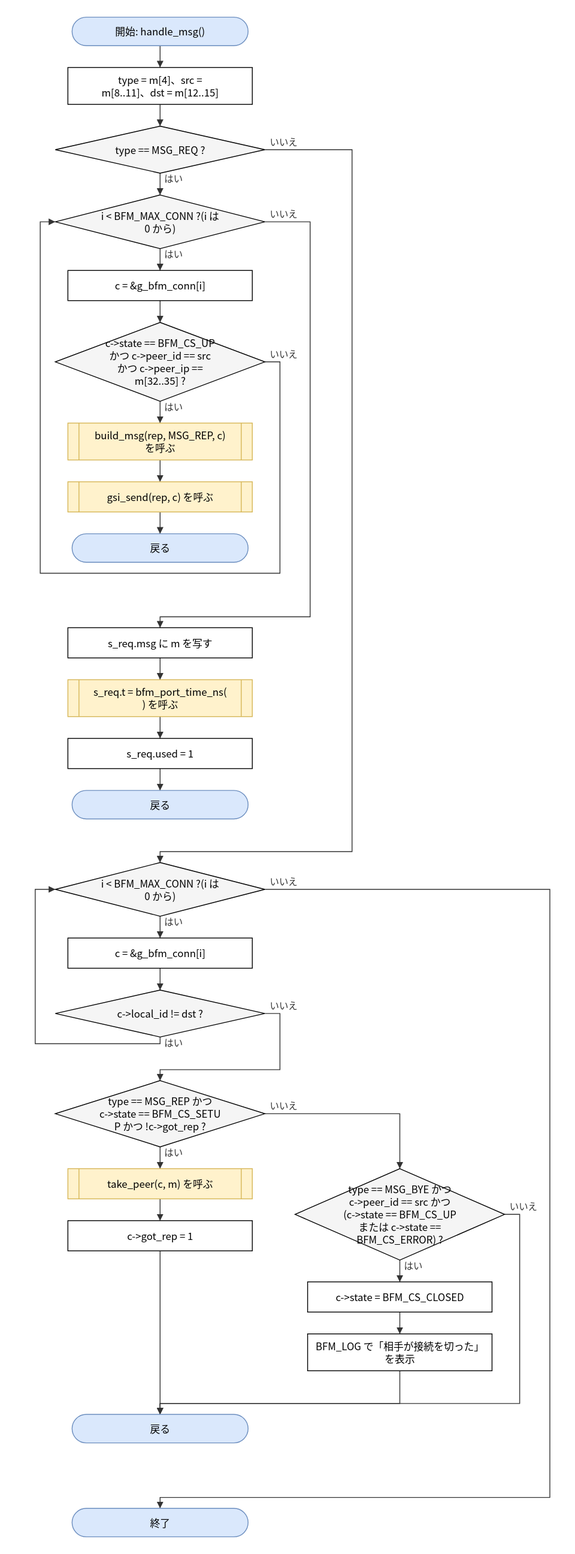
Before: doc/spec/images/flow_src_bfm_cm__handle_msg.drawio.svg, a diagram exported from draw.io (hf355051012-ai/bfmem). Source tidied: cells renumbered, new cells last; positions are measured from the earlier drawing's top-left corner, leaving out a move shared by most shapes.
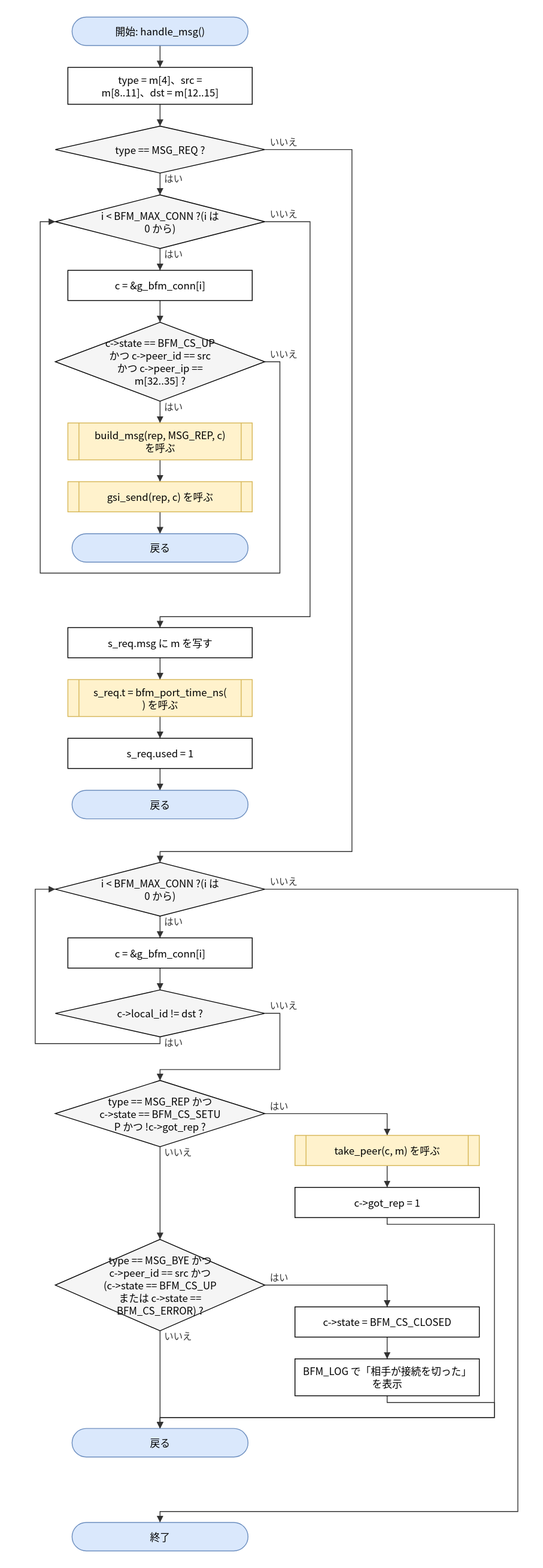
After the commit.

The edit, as a diff of the source:
```diff
@@ -54,25 +54,25 @@
       <mxGeometry x="24" y="1268" width="250" height="79" as="geometry" />
     </mxCell>
     <mxCell id="19" value="take_peer(c, m) を呼ぶ" style="shape=process;whiteSpace=wrap;html=1;backgroundOutline=1;size=0.06;fillColor=#fff2cc;strokeColor=#d6b656;" parent="1" vertex="1">
-      <mxGeometry x="39" y="1373" width="220" height="36" as="geometry" />
+      <mxGeometry x="310" y="1333.5" width="220" height="36" as="geometry" />
     </mxCell>
     <mxCell id="20" value="c-&amp;gt;got_rep = 1" style="rounded=0;whiteSpace=wrap;html=1;" parent="1" vertex="1">
-      <mxGeometry x="39" y="1435" width="220" height="36" as="geometry" />
+      <mxGeometry x="310" y="1395.5" width="220" height="36" as="geometry" />
     </mxCell>
     <mxCell id="21" value="type == MSG_BYE かつ&lt;br&gt;c-&amp;gt;peer_id == src かつ&lt;br&gt;(c-&amp;gt;state == BFM_CS_UP&lt;br&gt;または c-&amp;gt;state ==&lt;br&gt;BFM_CS_ERROR) ?" style="rhombus;whiteSpace=wrap;html=1;fillColor=#f5f5f5;" parent="1" vertex="1">
-      <mxGeometry x="310" y="1373" width="250" height="109" as="geometry" />
+      <mxGeometry x="24" y="1457.5" width="250" height="109" as="geometry" />
     </mxCell>
     <mxCell id="22" value="c-&amp;gt;state = BFM_CS_CLOSED" style="rounded=0;whiteSpace=wrap;html=1;" parent="1" vertex="1">
-      <mxGeometry x="325" y="1508" width="220" height="36" as="geometry" />
+      <mxGeometry x="310" y="1538" width="220" height="36" as="geometry" />
     </mxCell>
     <mxCell id="23" value="BFM_LOG で「相手が接続を切った」&lt;br&gt;を表示" style="rounded=0;whiteSpace=wrap;html=1;" parent="1" vertex="1">
-      <mxGeometry x="325" y="1570" width="220" height="44" as="geometry" />
+      <mxGeometry x="310" y="1600" width="220" height="44" as="geometry" />
     </mxCell>
     <mxCell id="24" value="戻る" style="rounded=1;arcSize=50;whiteSpace=wrap;html=1;fillColor=#dae8fc;strokeColor=#6c8ebf;" parent="1" vertex="1">
-      <mxGeometry x="44" y="1666" width="210" height="34" as="geometry" />
+      <mxGeometry x="44" y="1683" width="210" height="34" as="geometry" />
     </mxCell>
     <mxCell id="25" value="終了" style="rounded=1;arcSize=50;whiteSpace=wrap;html=1;fillColor=#dae8fc;strokeColor=#6c8ebf;" parent="1" vertex="1">
-      <mxGeometry x="44" y="1778" width="210" height="34" as="geometry" />
+      <mxGeometry x="44" y="1795" width="210" height="34" as="geometry" />
     </mxCell>
     <mxCell id="26" style="edgeStyle=none;html=1;rounded=0;endArrow=block;endFill=1;exitX=0.5000;exitY=1.0000;exitDx=0;exitDy=0;exitPerimeter=0;entryX=0.5000;entryY=0.0000;entryDx=0;entryDy=0;entryPerimeter=0;" parent="1" edge="1" source="2" target="3">
       <mxGeometry relative="1" as="geometry" />
@@ -150,42 +150,49 @@
         </Array>
       </mxGeometry>
     </mxCell>
-    <mxCell id="43" value="はい" style="edgeStyle=none;html=1;rounded=0;endArrow=block;endFill=1;exitX=0.5000;exitY=1.0000;exitDx=0;exitDy=0;exitPerimeter=0;entryX=0.5000;entryY=0.0000;entryDx=0;entryDy=0;entryPerimeter=0;" parent="1" edge="1" source="18" target="19">
-      <mxGeometry relative="1" as="geometry" />
+    <mxCell id="43" value="はい" style="edgeStyle=none;html=1;rounded=0;endArrow=block;endFill=1;exitX=1.0000;exitY=0.5000;exitDx=0;exitDy=0;exitPerimeter=0;entryX=0.5000;entryY=0.0000;entryDx=0;entryDy=0;entryPerimeter=0;" parent="1" edge="1" source="18" target="19">
+      <mxGeometry relative="1" as="geometry">
+        <Array as="points">
+          <mxPoint x="420" y="1307.5" />
+        </Array>
+      </mxGeometry>
     </mxCell>
     <mxCell id="44" style="edgeStyle=none;html=1;rounded=0;endArrow=block;endFill=1;exitX=0.5000;exitY=1.0000;exitDx=0;exitDy=0;exitPerimeter=0;entryX=0.5000;entryY=0.0000;entryDx=0;entryDy=0;entryPerimeter=0;" parent="1" edge="1" source="19" target="20">
       <mxGeometry relative="1" as="geometry" />
     </mxCell>
-    <mxCell id="45" value="いいえ" style="edgeStyle=none;html=1;rounded=0;endArrow=block;endFill=1;exitX=1.0000;exitY=0.5000;exitDx=0;exitDy=0;exitPerimeter=0;entryX=0.5000;entryY=0.0000;entryDx=0;entryDy=0;entryPerimeter=0;" parent="1" edge="1" source="18" target="21">
-      <mxGeometry relative="1" as="geometry">
-        <Array as="points">
-          <mxPoint x="435" y="1307.5" />
-        </Array>
-      </mxGeometry>
+    <mxCell id="45" value="いいえ" style="edgeStyle=none;html=1;rounded=0;endArrow=block;endFill=1;exitX=0.5000;exitY=1.0000;exitDx=0;exitDy=0;exitPerimeter=0;entryX=0.5000;entryY=0.0000;entryDx=0;entryDy=0;entryPerimeter=0;" parent="1" edge="1" source="18" target="21">
+      <mxGeometry relative="1" as="geometry" />
     </mxCell>
-    <mxCell id="46" value="はい" style="edgeStyle=none;html=1;rounded=0;endArrow=block;endFill=1;exitX=0.5000;exitY=1.0000;exitDx=0;exitDy=0;exitPerimeter=0;entryX=0.5000;entryY=0.0000;entryDx=0;entryDy=0;entryPerimeter=0;" parent="1" edge="1" source="21" target="22">
-      <mxGeometry relative="1" as="geometry" />
+    <mxCell id="46" value="はい" style="edgeStyle=none;html=1;rounded=0;endArrow=block;endFill=1;exitX=1.0000;exitY=0.5000;exitDx=0;exitDy=0;exitPerimeter=0;entryX=0.5000;entryY=0.0000;entryDx=0;entryDy=0;entryPerimeter=0;" parent="1" edge="1" source="21" target="22">
+      <mxGeometry relative="1" as="geometry">
+        <Array as="points">
+          <mxPoint x="420" y="1512" />
+        </Array>
+      </mxGeometry>
     </mxCell>
     <mxCell id="47" style="edgeStyle=none;html=1;rounded=0;endArrow=block;endFill=1;exitX=0.5000;exitY=1.0000;exitDx=0;exitDy=0;exitPerimeter=0;entryX=0.5000;entryY=0.0000;entryDx=0;entryDy=0;entryPerimeter=0;" parent="1" edge="1" source="22" target="23">
       <mxGeometry relative="1" as="geometry" />
     </mxCell>
-    <mxCell id="48" style="edgeStyle=none;html=1;rounded=0;endArrow=block;endFill=1;exitX=0.5000;exitY=1.0000;exitDx=0;exitDy=0;exitPerimeter=0;entryX=0.5000;entryY=0.0000;entryDx=0;entryDy=0;entryPerimeter=0;" parent="1" edge="1" source="20" target="24">
+    <mxCell id="48" value="いいえ" style="edgeStyle=none;html=1;rounded=0;endArrow=block;endFill=1;exitX=0.5000;exitY=1.0000;exitDx=0;exitDy=0;exitPerimeter=0;entryX=0.5000;entryY=0.0000;entryDx=0;entryDy=0;entryPerimeter=0;" parent="1" edge="1" source="21" target="24">
       <mxGeometry relative="1" as="geometry" />
     </mxCell>
-    <mxCell id="49" style="edgeStyle=none;html=1;rounded=0;endArrow=block;endFill=1;exitX=0.5000;exitY=1.0000;exitDx=0;exitDy=0;exitPerimeter=0;entryX=0.5000;entryY=0.0000;entryDx=0;entryDy=0;entryPerimeter=0;" parent="1" edge="1" source="23" target="24">
+    <mxCell id="49" style="edgeStyle=none;html=1;rounded=0;endArrow=block;endFill=1;exitX=0.5000;exitY=1.0000;exitDx=0;exitDy=0;exitPerimeter=0;entryX=0.5000;entryY=0.0000;entryDx=0;entryDy=0;entryPerimeter=0;" parent="1" edge="1" source="20" target="24">
       <mxGeometry relative="1" as="geometry">
         <Array as="points">
-          <mxPoint x="435" y="1653" />
-          <mxPoint x="149" y="1653" />
+          <mxPoint x="420" y="1439.5" />
+          <mxPoint x="548" y="1439.5" />
+          <mxPoint x="548" y="1670" />
+          <mxPoint x="149" y="1670" />
         </Array>
       </mxGeometry>
     </mxCell>
-    <mxCell id="50" value="いいえ" style="edgeStyle=none;html=1;rounded=0;endArrow=block;endFill=1;exitX=1.0000;exitY=0.5000;exitDx=0;exitDy=0;exitPerimeter=0;entryX=0.5000;entryY=0.0000;entryDx=0;entryDy=0;entryPerimeter=0;" parent="1" edge="1" source="21" target="24">
+    <mxCell id="50" style="edgeStyle=none;html=1;rounded=0;endArrow=block;endFill=1;exitX=0.5000;exitY=1.0000;exitDx=0;exitDy=0;exitPerimeter=0;entryX=0.5000;entryY=0.0000;entryDx=0;entryDy=0;entryPerimeter=0;" parent="1" edge="1" source="23" target="24">
       <mxGeometry relative="1" as="geometry">
         <Array as="points">
-          <mxPoint x="578" y="1427.5" />
-          <mxPoint x="578" y="1653" />
-          <mxPoint x="149" y="1653" />
+          <mxPoint x="420" y="1652" />
+          <mxPoint x="548" y="1652" />
+          <mxPoint x="548" y="1670" />
+          <mxPoint x="149" y="1670" />
         </Array>
       </mxGeometry>
     </mxCell>
@@ -201,9 +208,9 @@
     <mxCell id="52" value="いいえ" style="edgeStyle=none;html=1;rounded=0;endArrow=block;endFill=1;exitX=1.0000;exitY=0.5000;exitDx=0;exitDy=0;exitPerimeter=0;entryX=0.5000;entryY=0.0000;entryDx=0;entryDy=0;entryPerimeter=0;" parent="1" edge="1" source="15" target="25">
       <mxGeometry relative="1" as="geometry">
         <Array as="points">
-          <mxPoint x="614" y="1040" />
-          <mxPoint x="614" y="1765" />
-          <mxPoint x="149" y="1765" />
+          <mxPoint x="576" y="1040" />
+          <mxPoint x="576" y="1782" />
+          <mxPoint x="149" y="1782" />
         </Array>
       </mxGeometry>
     </mxCell>
```
